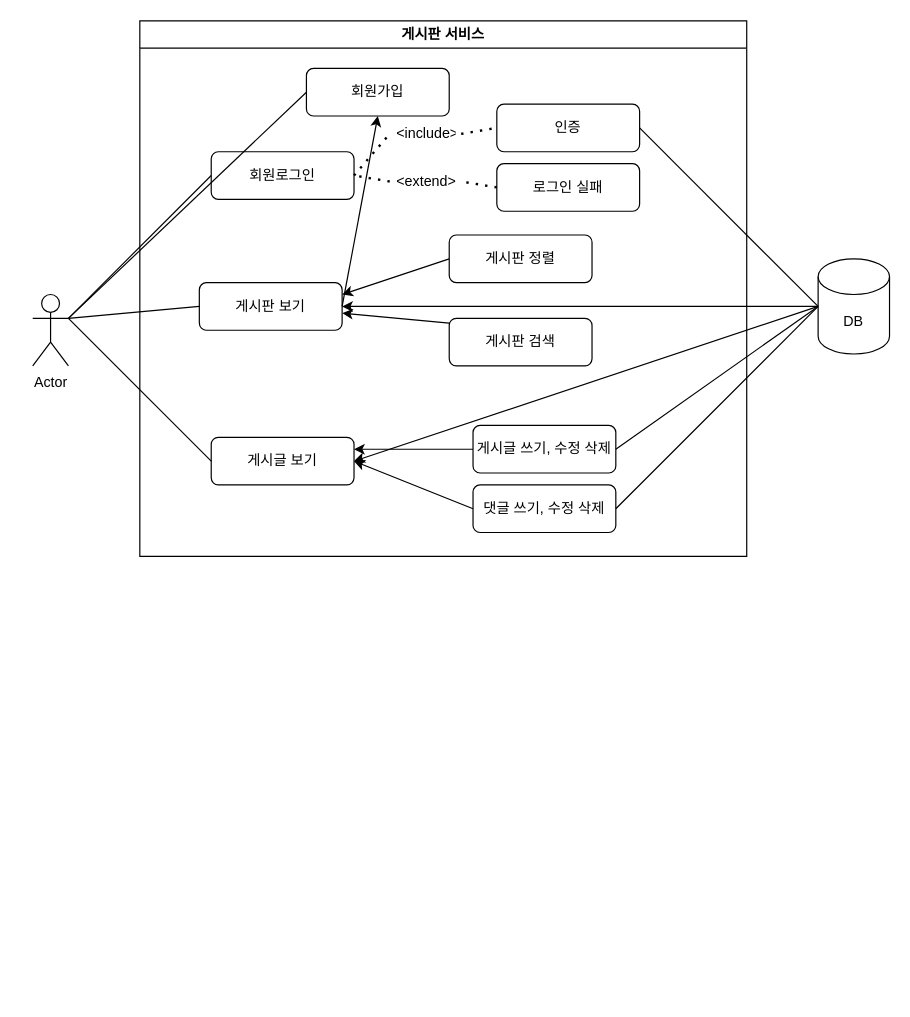
This is board.drawio from hyojin52/board, a draw.io file, before an edit. Source tidied: cells renumbered, new cells numbered last; positions are measured from the earlier drawing's top-left corner, leaving out a move shared by most shapes. Both pictures are drawn from the tidied source at 119%, with x=0, y=0 at pixel (32, 20).
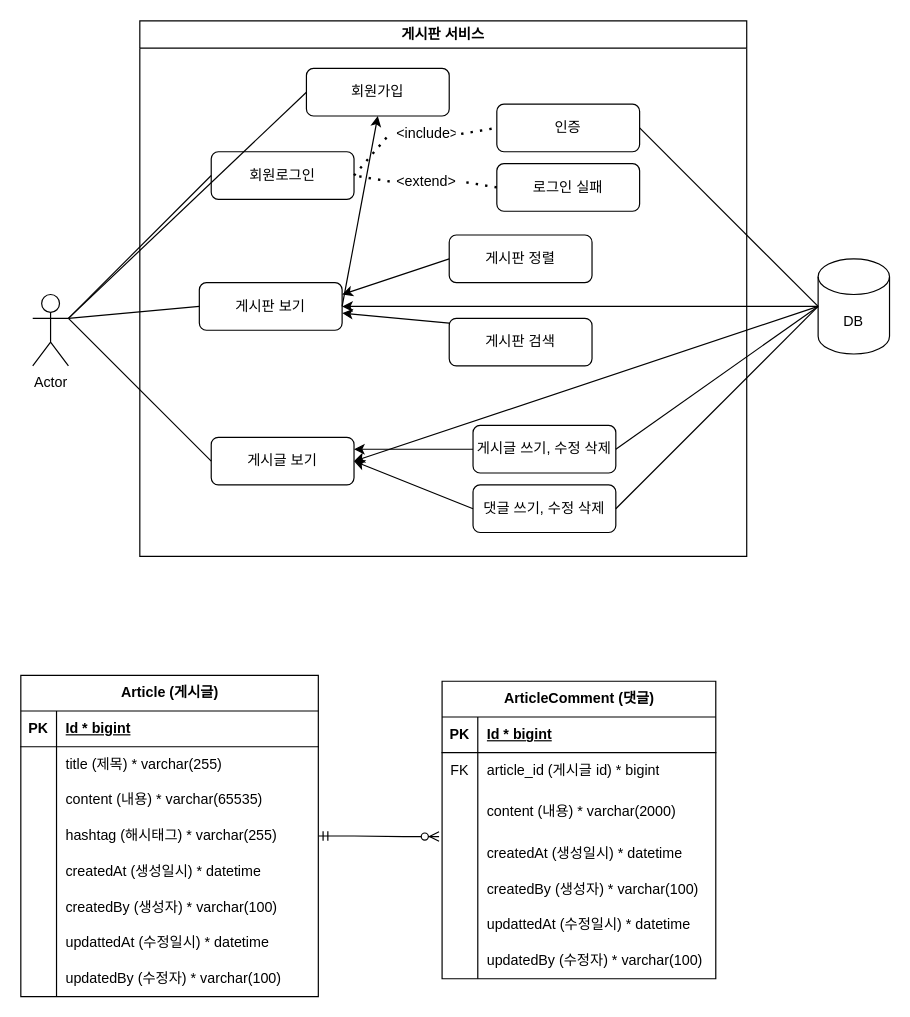
The same diagram, later.

What changed in the source:
```diff
@@
+    <mxCell id="36" value="Article (게시글)" style="shape=table;startSize=30;childLayout=tableLayout;rowLines=0;fontStyle=1;align=center;html=1;" parent="1" vertex="1">
+      <mxGeometry x="-10" y="550" width="250" height="270" as="geometry" />
+    </mxCell>
+    <mxCell id="37" style="shape=tableRow;horizontal=0;startSize=0;swimlaneHead=0;swimlaneBody=0;fillColor=none;top=0;left=0;right=0;bottom=1;" parent="36" vertex="1">
+      <mxGeometry y="30" width="250" height="30" as="geometry" />
+    </mxCell>
+    <mxCell id="38" value="PK" style="shape=partialRectangle;fillColor=none;top=0;left=0;bottom=0;right=0;fontStyle=1;overflow=hidden;whiteSpace=wrap;html=1;" parent="37" vertex="1">
+      <mxGeometry width="30" height="30" as="geometry" />
+    </mxCell>
+    <mxCell id="39" value="Id * bigint" style="shape=partialRectangle;fillColor=none;top=0;left=0;bottom=0;right=0;align=left;spacingLeft=6;fontStyle=5;overflow=hidden;whiteSpace=wrap;html=1;" parent="37" vertex="1">
+      <mxGeometry x="30" width="220" height="30" as="geometry" />
+    </mxCell>
+    <mxCell id="40" style="shape=tableRow;horizontal=0;startSize=0;swimlaneHead=0;swimlaneBody=0;fillColor=none;top=0;left=0;right=0;bottom=0;" parent="36" vertex="1">
+      <mxGeometry y="60" width="250" height="30" as="geometry" />
+    </mxCell>
+    <mxCell id="41" style="shape=partialRectangle;fillColor=none;top=0;left=0;bottom=0;right=0;overflow=hidden;whiteSpace=wrap;html=1;" parent="40" vertex="1">
+      <mxGeometry width="30" height="30" as="geometry" />
+    </mxCell>
+    <mxCell id="42" value="title (제목) * varchar(255)" style="shape=partialRectangle;fillColor=none;top=0;left=0;bottom=0;right=0;align=left;spacingLeft=6;overflow=hidden;whiteSpace=wrap;html=1;" parent="40" vertex="1">
+      <mxGeometry x="30" width="220" height="30" as="geometry" />
+    </mxCell>
+    <mxCell id="43" style="shape=tableRow;horizontal=0;startSize=0;swimlaneHead=0;swimlaneBody=0;fillColor=none;top=0;left=0;right=0;bottom=0;" parent="36" vertex="1">
+      <mxGeometry y="90" width="250" height="30" as="geometry" />
+    </mxCell>
+    <mxCell id="44" style="shape=partialRectangle;fillColor=none;top=0;left=0;bottom=0;right=0;overflow=hidden;whiteSpace=wrap;html=1;" parent="43" vertex="1">
+      <mxGeometry width="30" height="30" as="geometry" />
+    </mxCell>
+    <mxCell id="45" value="content (내용) * varchar(65535)" style="shape=partialRectangle;fillColor=none;top=0;left=0;bottom=0;right=0;align=left;spacingLeft=6;overflow=hidden;whiteSpace=wrap;html=1;" parent="43" vertex="1">
+      <mxGeometry x="30" width="220" height="30" as="geometry" />
+    </mxCell>
+    <mxCell id="46" style="shape=tableRow;horizontal=0;startSize=0;swimlaneHead=0;swimlaneBody=0;fillColor=none;points=[[0,0.5],[1,0.5]];portConstraint=eastwest;top=0;left=0;right=0;bottom=0;" parent="36" vertex="1">
+      <mxGeometry y="120" width="250" height="30" as="geometry" />
+    </mxCell>
+    <mxCell id="47" style="shape=partialRectangle;fillColor=none;top=0;left=0;bottom=0;right=0;overflow=hidden;whiteSpace=wrap;html=1;" parent="46" vertex="1">
+      <mxGeometry width="30" height="30" as="geometry" />
+    </mxCell>
+    <mxCell id="48" value="hashtag (해시태그) * varchar(255)" style="shape=partialRectangle;fillColor=none;top=0;left=0;bottom=0;right=0;align=left;spacingLeft=6;overflow=hidden;whiteSpace=wrap;html=1;" parent="46" vertex="1">
+      <mxGeometry x="30" width="220" height="30" as="geometry" />
+    </mxCell>
+    <mxCell id="49" style="shape=tableRow;horizontal=0;startSize=0;swimlaneHead=0;swimlaneBody=0;fillColor=none;top=0;left=0;right=0;bottom=0;" parent="36" vertex="1">
+      <mxGeometry y="150" width="250" height="30" as="geometry" />
+    </mxCell>
+    <mxCell id="50" style="shape=partialRectangle;fillColor=none;top=0;left=0;bottom=0;right=0;overflow=hidden;whiteSpace=wrap;html=1;" parent="49" vertex="1">
+      <mxGeometry width="30" height="30" as="geometry" />
+    </mxCell>
+    <mxCell id="51" value="createdAt (생성일시) * datetime" style="shape=partialRectangle;fillColor=none;top=0;left=0;bottom=0;right=0;align=left;spacingLeft=6;overflow=hidden;whiteSpace=wrap;html=1;" parent="49" vertex="1">
+      <mxGeometry x="30" width="220" height="30" as="geometry" />
+    </mxCell>
+    <mxCell id="52" style="shape=tableRow;horizontal=0;startSize=0;swimlaneHead=0;swimlaneBody=0;fillColor=none;top=0;left=0;right=0;bottom=0;" parent="36" vertex="1">
+      <mxGeometry y="180" width="250" height="30" as="geometry" />
+    </mxCell>
+    <mxCell id="53" style="shape=partialRectangle;fillColor=none;top=0;left=0;bottom=0;right=0;overflow=hidden;whiteSpace=wrap;html=1;" parent="52" vertex="1">
+      <mxGeometry width="30" height="30" as="geometry" />
+    </mxCell>
+    <mxCell id="54" value="createdBy (생성자) * varchar(100)" style="shape=partialRectangle;fillColor=none;top=0;left=0;bottom=0;right=0;align=left;spacingLeft=6;overflow=hidden;whiteSpace=wrap;html=1;" parent="52" vertex="1">
+      <mxGeometry x="30" width="220" height="30" as="geometry" />
+    </mxCell>
+    <mxCell id="55" style="shape=tableRow;horizontal=0;startSize=0;swimlaneHead=0;swimlaneBody=0;fillColor=none;top=0;left=0;right=0;bottom=0;" parent="36" vertex="1">
+      <mxGeometry y="210" width="250" height="30" as="geometry" />
+    </mxCell>
+    <mxCell id="56" style="shape=partialRectangle;fillColor=none;top=0;left=0;bottom=0;right=0;overflow=hidden;whiteSpace=wrap;html=1;" parent="55" vertex="1">
+      <mxGeometry width="30" height="30" as="geometry" />
+    </mxCell>
+    <mxCell id="57" value="updattedAt (수정일시) * datetime" style="shape=partialRectangle;fillColor=none;top=0;left=0;bottom=0;right=0;align=left;spacingLeft=6;overflow=hidden;whiteSpace=wrap;html=1;" parent="55" vertex="1">
+      <mxGeometry x="30" width="220" height="30" as="geometry" />
+    </mxCell>
+    <mxCell id="58" style="shape=tableRow;horizontal=0;startSize=0;swimlaneHead=0;swimlaneBody=0;fillColor=none;top=0;left=0;right=0;bottom=0;" parent="36" vertex="1">
+      <mxGeometry y="240" width="250" height="30" as="geometry" />
+    </mxCell>
+    <mxCell id="59" style="shape=partialRectangle;fillColor=none;top=0;left=0;bottom=0;right=0;overflow=hidden;whiteSpace=wrap;html=1;" parent="58" vertex="1">
+      <mxGeometry width="30" height="30" as="geometry" />
+    </mxCell>
+    <mxCell id="60" value="updatedBy (수정자) * varchar(100)" style="shape=partialRectangle;fillColor=none;top=0;left=0;bottom=0;right=0;align=left;spacingLeft=6;overflow=hidden;whiteSpace=wrap;html=1;" parent="58" vertex="1">
+      <mxGeometry x="30" width="220" height="30" as="geometry" />
+    </mxCell>
+    <mxCell id="61" value="ArticleComment (댓글)" style="shape=table;startSize=30;childLayout=tableLayout;rowLines=0;fontStyle=1;align=center;html=1;" parent="1" vertex="1">
+      <mxGeometry x="344" y="555" width="230" height="250" as="geometry" />
+    </mxCell>
+    <mxCell id="62" style="shape=tableRow;horizontal=0;startSize=0;swimlaneHead=0;swimlaneBody=0;fillColor=none;top=0;left=0;right=0;bottom=1;" parent="61" vertex="1">
+      <mxGeometry y="30" width="230" height="30" as="geometry" />
+    </mxCell>
+    <mxCell id="63" value="PK" style="shape=partialRectangle;fillColor=none;top=0;left=0;bottom=0;right=0;fontStyle=1;overflow=hidden;whiteSpace=wrap;html=1;" parent="62" vertex="1">
+      <mxGeometry width="30" height="30" as="geometry" />
+    </mxCell>
+    <mxCell id="64" value="Id * bigint" style="shape=partialRectangle;fillColor=none;top=0;left=0;bottom=0;right=0;align=left;spacingLeft=6;fontStyle=5;overflow=hidden;whiteSpace=wrap;html=1;" parent="62" vertex="1">
+      <mxGeometry x="30" width="200" height="30" as="geometry" />
+    </mxCell>
+    <mxCell id="65" style="shape=tableRow;horizontal=0;startSize=0;swimlaneHead=0;swimlaneBody=0;fillColor=none;top=0;left=0;right=0;bottom=0;" parent="61" vertex="1">
+      <mxGeometry y="60" width="230" height="30" as="geometry" />
+    </mxCell>
+    <mxCell id="66" value="FK" style="shape=partialRectangle;fillColor=none;top=0;left=0;bottom=0;right=0;overflow=hidden;whiteSpace=wrap;html=1;" parent="65" vertex="1">
+      <mxGeometry width="30" height="30" as="geometry" />
+    </mxCell>
+    <mxCell id="67" value="article_id (게시글 id) * bigint" style="shape=partialRectangle;fillColor=none;top=0;left=0;bottom=0;right=0;align=left;spacingLeft=6;overflow=hidden;whiteSpace=wrap;html=1;" parent="65" vertex="1">
+      <mxGeometry x="30" width="200" height="30" as="geometry" />
+    </mxCell>
+    <mxCell id="68" style="shape=tableRow;horizontal=0;startSize=0;swimlaneHead=0;swimlaneBody=0;fillColor=none;top=0;left=0;right=0;bottom=0;" parent="61" vertex="1">
+      <mxGeometry y="90" width="230" height="40" as="geometry" />
+    </mxCell>
+    <mxCell id="69" style="shape=partialRectangle;fillColor=none;top=0;left=0;bottom=0;right=0;overflow=hidden;whiteSpace=wrap;html=1;" parent="68" vertex="1">
+      <mxGeometry width="30" height="40" as="geometry" />
+    </mxCell>
+    <mxCell id="70" value="content (내용) * varchar(2000)" style="shape=partialRectangle;fillColor=none;top=0;left=0;bottom=0;right=0;align=left;spacingLeft=6;overflow=hidden;whiteSpace=wrap;html=1;" parent="68" vertex="1">
+      <mxGeometry x="30" width="200" height="40" as="geometry" />
+    </mxCell>
+    <mxCell id="71" style="shape=tableRow;horizontal=0;startSize=0;swimlaneHead=0;swimlaneBody=0;fillColor=none;points=[[0,0.5],[1,0.5]];portConstraint=eastwest;top=0;left=0;right=0;bottom=0;" parent="61" vertex="1">
+      <mxGeometry y="130" width="230" height="30" as="geometry" />
+    </mxCell>
+    <mxCell id="72" style="shape=partialRectangle;fillColor=none;top=0;left=0;bottom=0;right=0;overflow=hidden;whiteSpace=wrap;html=1;" parent="71" vertex="1">
+      <mxGeometry width="30" height="30" as="geometry" />
+    </mxCell>
+    <mxCell id="73" value="createdAt (생성일시) * datetime" style="shape=partialRectangle;fillColor=none;top=0;left=0;bottom=0;right=0;align=left;spacingLeft=6;overflow=hidden;whiteSpace=wrap;html=1;" parent="71" vertex="1">
+      <mxGeometry x="30" width="200" height="30" as="geometry" />
+    </mxCell>
+    <mxCell id="74" style="shape=tableRow;horizontal=0;startSize=0;swimlaneHead=0;swimlaneBody=0;fillColor=none;top=0;left=0;right=0;bottom=0;" parent="61" vertex="1">
+      <mxGeometry y="160" width="230" height="30" as="geometry" />
+    </mxCell>
+    <mxCell id="75" style="shape=partialRectangle;fillColor=none;top=0;left=0;bottom=0;right=0;overflow=hidden;whiteSpace=wrap;html=1;" parent="74" vertex="1">
+      <mxGeometry width="30" height="30" as="geometry" />
+    </mxCell>
+    <mxCell id="76" value="createdBy (생성자) * varchar(100)" style="shape=partialRectangle;fillColor=none;top=0;left=0;bottom=0;right=0;align=left;spacingLeft=6;overflow=hidden;whiteSpace=wrap;html=1;" parent="74" vertex="1">
+      <mxGeometry x="30" width="200" height="30" as="geometry" />
+    </mxCell>
+    <mxCell id="77" style="shape=tableRow;horizontal=0;startSize=0;swimlaneHead=0;swimlaneBody=0;fillColor=none;top=0;left=0;right=0;bottom=0;" parent="61" vertex="1">
+      <mxGeometry y="190" width="230" height="30" as="geometry" />
+    </mxCell>
+    <mxCell id="78" style="shape=partialRectangle;fillColor=none;top=0;left=0;bottom=0;right=0;overflow=hidden;whiteSpace=wrap;html=1;" parent="77" vertex="1">
+      <mxGeometry width="30" height="30" as="geometry" />
+    </mxCell>
+    <mxCell id="79" value="updattedAt (수정일시) * datetime" style="shape=partialRectangle;fillColor=none;top=0;left=0;bottom=0;right=0;align=left;spacingLeft=6;overflow=hidden;whiteSpace=wrap;html=1;" parent="77" vertex="1">
+      <mxGeometry x="30" width="200" height="30" as="geometry" />
+    </mxCell>
+    <mxCell id="80" style="shape=tableRow;horizontal=0;startSize=0;swimlaneHead=0;swimlaneBody=0;fillColor=none;top=0;left=0;right=0;bottom=0;" parent="61" vertex="1">
+      <mxGeometry y="220" width="230" height="30" as="geometry" />
+    </mxCell>
+    <mxCell id="81" style="shape=partialRectangle;fillColor=none;top=0;left=0;bottom=0;right=0;overflow=hidden;whiteSpace=wrap;html=1;" parent="80" vertex="1">
+      <mxGeometry width="30" height="30" as="geometry" />
+    </mxCell>
+    <mxCell id="82" value="updatedBy (수정자) * varchar(100)" style="shape=partialRectangle;fillColor=none;top=0;left=0;bottom=0;right=0;align=left;spacingLeft=6;overflow=hidden;whiteSpace=wrap;html=1;" parent="80" vertex="1">
+      <mxGeometry x="30" width="200" height="30" as="geometry" />
+    </mxCell>
+    <mxCell id="83" style="edgeStyle=entityRelationEdgeStyle;fontSize=12;html=1;endArrow=ERzeroToMany;startArrow=ERmandOne;rounded=0;exitX=1;exitY=0.5;exitDx=0;exitDy=0;entryX=-0.011;entryY=0.017;entryDx=0;entryDy=0;entryPerimeter=0;" parent="1" edge="1" source="46" target="71">
+      <mxGeometry relative="1" as="geometry">
+        <Array as="points">
+          <mxPoint x="310" y="670" />
+          <mxPoint x="240" y="710" />
+        </Array>
+      </mxGeometry>
+    </mxCell>
```
